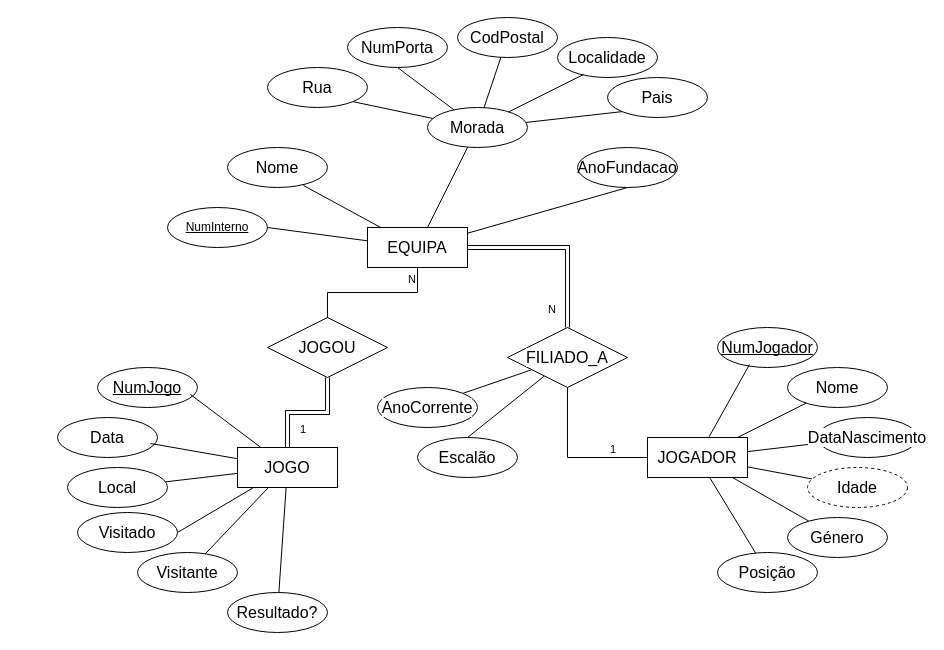
Earlier version of the draw.io diagram 0811-14622.drawio (Afas09/Analise-de-Sistemas). Source tidied: cells renumbered, new cells numbered last; positions are measured from the earlier drawing's top-left corner, leaving out a move shared by most shapes. Both pictures are drawn from the tidied source at 100%, with x=0, y=0 at pixel (57, 17).
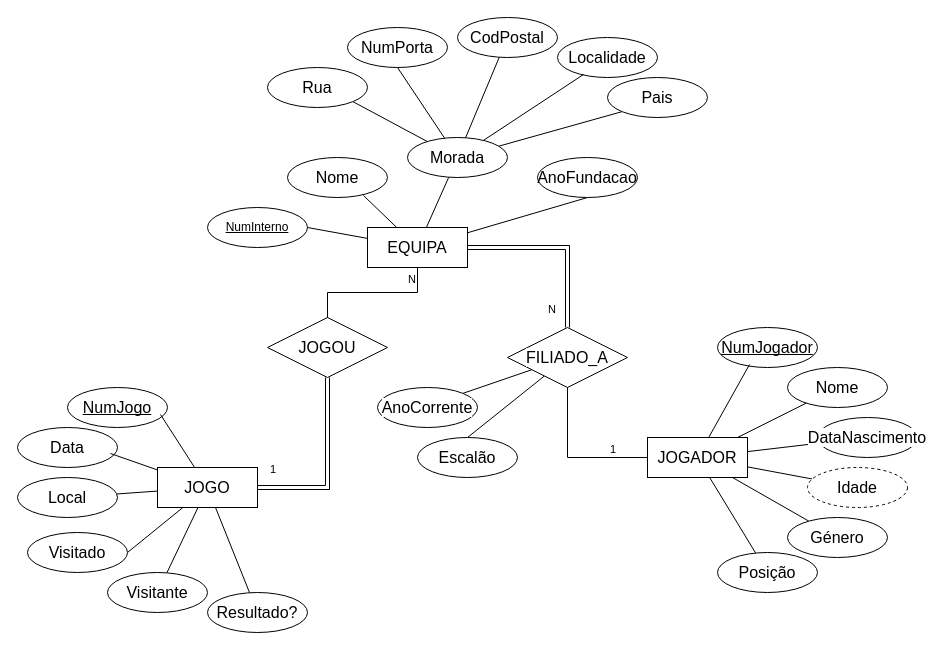
The same page after the edit.

Unchanged cells that the change refers to:
```xml
<mxCell id="47" value="&lt;span id=&quot;docs-internal-guid-bf8d1f8a-7fff-386b-e1fa-49635a8670f6&quot;&gt;&lt;span style=&quot;font-size: 12pt; font-family: Calibri, sans-serif; background-color: transparent; font-variant-numeric: normal; font-variant-east-asian: normal; font-variant-alternates: normal; font-variant-position: normal; font-variant-emoji: normal; vertical-align: baseline; white-space-collapse: preserve;&quot;&gt;JOGOU&lt;/span&gt;&lt;/span&gt;" style="shape=rhombus;perimeter=rhombusPerimeter;whiteSpace=wrap;html=1;align=center;fontFamily=Helvetica;fontSize=11;fontColor=default;labelBackgroundColor=default;" parent="1" vertex="1">
  <mxGeometry x="210" y="300" width="120" height="60" as="geometry" />
</mxCell>
```

The edit, as a diff of the source:
```diff
@@
     <mxCell id="6" value="NumInterno" style="ellipse;whiteSpace=wrap;html=1;align=center;fontStyle=4;" parent="1" vertex="1">
-      <mxGeometry x="110" y="190" width="100" height="40" as="geometry" />
+      <mxGeometry x="150" y="190" width="100" height="40" as="geometry" />
     </mxCell>
     <mxCell id="7" value="&lt;span id=&quot;docs-internal-guid-6a5323c5-7fff-96b4-de6c-49d1c6e5584b&quot;&gt;&lt;span style=&quot;font-size: 12pt; font-family: Calibri, sans-serif; background-color: transparent; font-variant-numeric: normal; font-variant-east-asian: normal; font-variant-alternates: normal; font-variant-position: normal; font-variant-emoji: normal; vertical-align: baseline; white-space-collapse: preserve;&quot;&gt;Nome&lt;/span&gt;&lt;/span&gt;" style="ellipse;whiteSpace=wrap;html=1;align=center;" parent="1" vertex="1">
-      <mxGeometry x="170" y="130" width="100" height="40" as="geometry" />
+      <mxGeometry x="230" y="140" width="100" height="40" as="geometry" />
     </mxCell>
@@
     <mxCell id="12" value="&lt;span id=&quot;docs-internal-guid-c9922a5a-7fff-98de-f0df-f21f1a32bcc6&quot;&gt;&lt;span style=&quot;font-size: 12pt; font-family: Calibri, sans-serif; background-color: transparent; font-variant-numeric: normal; font-variant-east-asian: normal; font-variant-alternates: normal; font-variant-position: normal; font-variant-emoji: normal; vertical-align: baseline; white-space-collapse: preserve;&quot;&gt;Morada&lt;/span&gt;&lt;/span&gt;" style="ellipse;whiteSpace=wrap;html=1;align=center;" parent="1" vertex="1">
-      <mxGeometry x="370" y="90" width="100" height="40" as="geometry" />
+      <mxGeometry x="350" y="120" width="100" height="40" as="geometry" />
     </mxCell>
@@
     <mxCell id="18" value="&lt;span id=&quot;docs-internal-guid-e09d5990-7fff-cdaf-cfb5-4b0c4fd7e437&quot;&gt;&lt;span style=&quot;font-size: 12pt; font-family: Calibri, sans-serif; background-color: transparent; font-variant-numeric: normal; font-variant-east-asian: normal; font-variant-alternates: normal; font-variant-position: normal; font-variant-emoji: normal; vertical-align: baseline; white-space-collapse: preserve;&quot;&gt;AnoFundacao&lt;/span&gt;&lt;/span&gt;" style="ellipse;whiteSpace=wrap;html=1;align=center;" parent="1" vertex="1">
-      <mxGeometry x="520" y="130" width="100" height="40" as="geometry" />
+      <mxGeometry x="480" y="140" width="100" height="40" as="geometry" />
     </mxCell>
@@
     <mxCell id="38" value="&lt;span id=&quot;docs-internal-guid-05d96637-7fff-d6ce-4930-e902e9227f8b&quot;&gt;&lt;span style=&quot;font-size: 12pt; font-family: Calibri, sans-serif; background-color: transparent; font-variant-numeric: normal; font-variant-east-asian: normal; font-variant-alternates: normal; font-variant-position: normal; font-variant-emoji: normal; vertical-align: baseline; white-space-collapse: preserve;&quot;&gt;JOGO&lt;/span&gt;&lt;/span&gt;" style="whiteSpace=wrap;html=1;align=center;fontFamily=Helvetica;fontSize=11;fontColor=default;labelBackgroundColor=default;" parent="1" vertex="1">
-      <mxGeometry x="180" y="430" width="100" height="40" as="geometry" />
+      <mxGeometry x="100" y="450" width="100" height="40" as="geometry" />
     </mxCell>
     <mxCell id="39" value="&lt;span id=&quot;docs-internal-guid-0e88a25c-7fff-251d-21c6-4798df91e182&quot;&gt;&lt;span style=&quot;font-size: 12pt; font-family: Calibri, sans-serif; background-color: transparent; font-variant-numeric: normal; font-variant-east-asian: normal; font-variant-alternates: normal; font-variant-position: normal; font-variant-emoji: normal; text-decoration-skip-ink: none; vertical-align: baseline; white-space-collapse: preserve;&quot;&gt;NumJogo&lt;/span&gt;&lt;/span&gt;" style="ellipse;whiteSpace=wrap;html=1;align=center;fontStyle=4;fontFamily=Helvetica;fontSize=11;fontColor=default;labelBackgroundColor=default;" parent="1" vertex="1">
-      <mxGeometry x="40" y="350" width="100" height="40" as="geometry" />
+      <mxGeometry x="10" y="370" width="100" height="40" as="geometry" />
     </mxCell>
     <mxCell id="40" value="&lt;span id=&quot;docs-internal-guid-4046ecaa-7fff-575c-d95c-d04079f6e614&quot;&gt;&lt;span style=&quot;font-size: 12pt; font-family: Calibri, sans-serif; background-color: transparent; font-variant-numeric: normal; font-variant-east-asian: normal; font-variant-alternates: normal; font-variant-position: normal; font-variant-emoji: normal; vertical-align: baseline; white-space-collapse: preserve;&quot;&gt;Data&lt;/span&gt;&lt;/span&gt;" style="ellipse;whiteSpace=wrap;html=1;align=center;fontFamily=Helvetica;fontSize=11;fontColor=default;labelBackgroundColor=default;" parent="1" vertex="1">
-      <mxGeometry y="400" width="100" height="40" as="geometry" />
+      <mxGeometry x="-40" y="410" width="100" height="40" as="geometry" />
     </mxCell>
     <mxCell id="41" value="&lt;span id=&quot;docs-internal-guid-9d1815be-7fff-80cc-f8f4-22cabb9d2abb&quot;&gt;&lt;span style=&quot;font-size: 12pt; font-family: Calibri, sans-serif; background-color: transparent; font-variant-numeric: normal; font-variant-east-asian: normal; font-variant-alternates: normal; font-variant-position: normal; font-variant-emoji: normal; vertical-align: baseline; white-space-collapse: preserve;&quot;&gt;Local&lt;/span&gt;&lt;/span&gt;" style="ellipse;whiteSpace=wrap;html=1;align=center;fontFamily=Helvetica;fontSize=11;fontColor=default;labelBackgroundColor=default;" parent="1" vertex="1">
-      <mxGeometry x="10" y="450" width="100" height="40" as="geometry" />
+      <mxGeometry x="-40" y="460" width="100" height="40" as="geometry" />
     </mxCell>
     <mxCell id="42" value="&lt;span id=&quot;docs-internal-guid-1119e8d3-7fff-a0e0-401a-76bb0a22cffc&quot;&gt;&lt;span style=&quot;font-size: 12pt; font-family: Calibri, sans-serif; background-color: transparent; font-variant-numeric: normal; font-variant-east-asian: normal; font-variant-alternates: normal; font-variant-position: normal; font-variant-emoji: normal; vertical-align: baseline; white-space-collapse: preserve;&quot;&gt;Visitado&lt;/span&gt;&lt;/span&gt;" style="ellipse;whiteSpace=wrap;html=1;align=center;fontFamily=Helvetica;fontSize=11;fontColor=default;labelBackgroundColor=default;" parent="1" vertex="1">
-      <mxGeometry x="20" y="495" width="100" height="40" as="geometry" />
+      <mxGeometry x="-30" y="515" width="100" height="40" as="geometry" />
     </mxCell>
     <mxCell id="43" value="&lt;span id=&quot;docs-internal-guid-8269ffdb-7fff-b7a0-0ec2-40fff89e0448&quot;&gt;&lt;span style=&quot;font-size: 12pt; font-family: Calibri, sans-serif; background-color: transparent; font-variant-numeric: normal; font-variant-east-asian: normal; font-variant-alternates: normal; font-variant-position: normal; font-variant-emoji: normal; vertical-align: baseline; white-space-collapse: preserve;&quot;&gt;Visitante&lt;/span&gt;&lt;/span&gt;" style="ellipse;whiteSpace=wrap;html=1;align=center;fontFamily=Helvetica;fontSize=11;fontColor=default;labelBackgroundColor=default;" parent="1" vertex="1">
-      <mxGeometry x="80" y="535" width="100" height="40" as="geometry" />
+      <mxGeometry x="50" y="555" width="100" height="40" as="geometry" />
     </mxCell>
     <mxCell id="44" value="&lt;span id=&quot;docs-internal-guid-3236494b-7fff-ef62-ea91-3704ec7eb339&quot;&gt;&lt;span style=&quot;font-size: 12pt; font-family: Calibri, sans-serif; background-color: transparent; font-variant-numeric: normal; font-variant-east-asian: normal; font-variant-alternates: normal; font-variant-position: normal; font-variant-emoji: normal; vertical-align: baseline; white-space-collapse: preserve;&quot;&gt;Resultado?&lt;/span&gt;&lt;/span&gt;" style="ellipse;whiteSpace=wrap;html=1;align=center;fontFamily=Helvetica;fontSize=11;fontColor=default;labelBackgroundColor=default;" parent="1" vertex="1">
-      <mxGeometry x="170" y="575" width="100" height="40" as="geometry" />
+      <mxGeometry x="150" y="575" width="100" height="40" as="geometry" />
     </mxCell>
@@
-    <mxCell id="50" style="shape=link;html=1;rounded=0;strokeColor=default;align=center;verticalAlign=middle;fontFamily=Helvetica;fontSize=11;fontColor=default;labelBackgroundColor=default;endArrow=none;endFill=0;exitX=0.5;exitY=1;exitDx=0;exitDy=0;entryX=0.5;entryY=0;entryDx=0;entryDy=0;edgeStyle=orthogonalEdgeStyle;" parent="1" edge="1" source="47" target="38">
+    <mxCell id="50" style="shape=link;html=1;rounded=0;strokeColor=default;align=center;verticalAlign=middle;fontFamily=Helvetica;fontSize=11;fontColor=default;labelBackgroundColor=default;endArrow=none;endFill=0;exitX=0.5;exitY=1;exitDx=0;exitDy=0;entryX=1;entryY=0.5;entryDx=0;entryDy=0;edgeStyle=orthogonalEdgeStyle;" parent="1" edge="1" source="47" target="38">
       <mxGeometry relative="1" as="geometry" />
     </mxCell>
```
